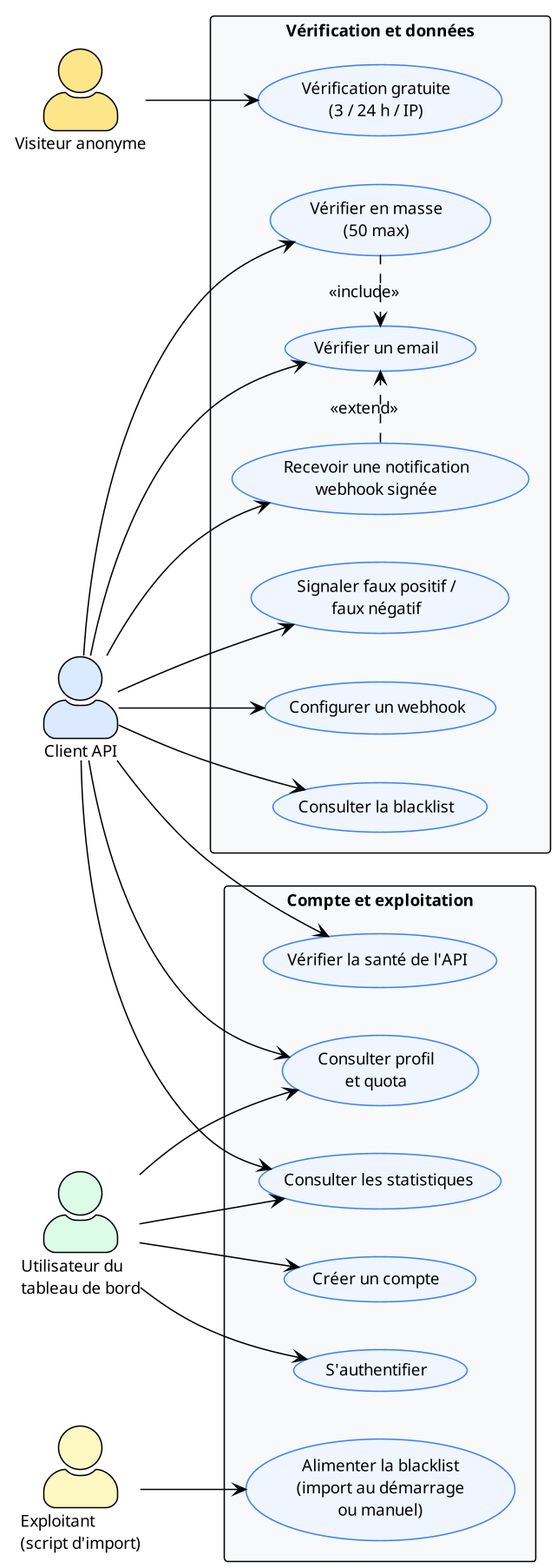
Above: ArchitectureTechnique/v2/cas-usage-global.png in gassops/mailguard-pfe (PlantUML), before the change.
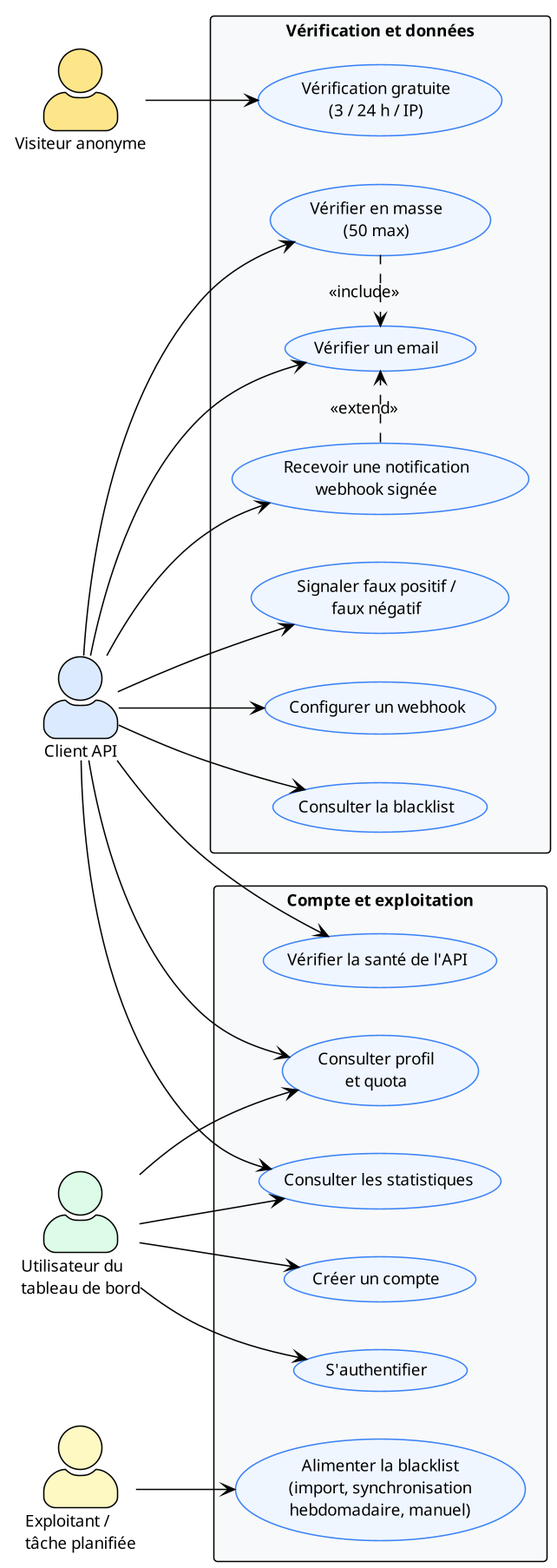
The same file after the commit.

Change to the diagram source:
```diff
@@ -14,7 +14,7 @@
 actor "Client API" as client #DBEAFE
 actor "Utilisateur du\ntableau de bord" as user #DCFCE7
 actor "Visiteur anonyme" as visitor #FDE68A
-actor "Exploitant\n(script d'import)" as cron #FEF9C3
+actor "Exploitant /\ntâche planifiée" as cron #FEF9C3
 rectangle "Vérification et données" #F8F9FA {
   usecase "Vérifier un email" as uc1
   usecase "Vérifier en masse\n(50 max)" as uc2
@@ -30,7 +30,7 @@
   usecase "Consulter profil\net quota" as uc6
   usecase "Consulter les statistiques" as uc7
   usecase "Vérifier la santé de l'API" as uc12
-  usecase "Alimenter la blacklist\n(import au démarrage\nou manuel)" as uc13
+  usecase "Alimenter la blacklist\n(import, synchronisation\nhebdomadaire, manuel)" as uc13
 }
 client --> uc1
 client --> uc2
```
